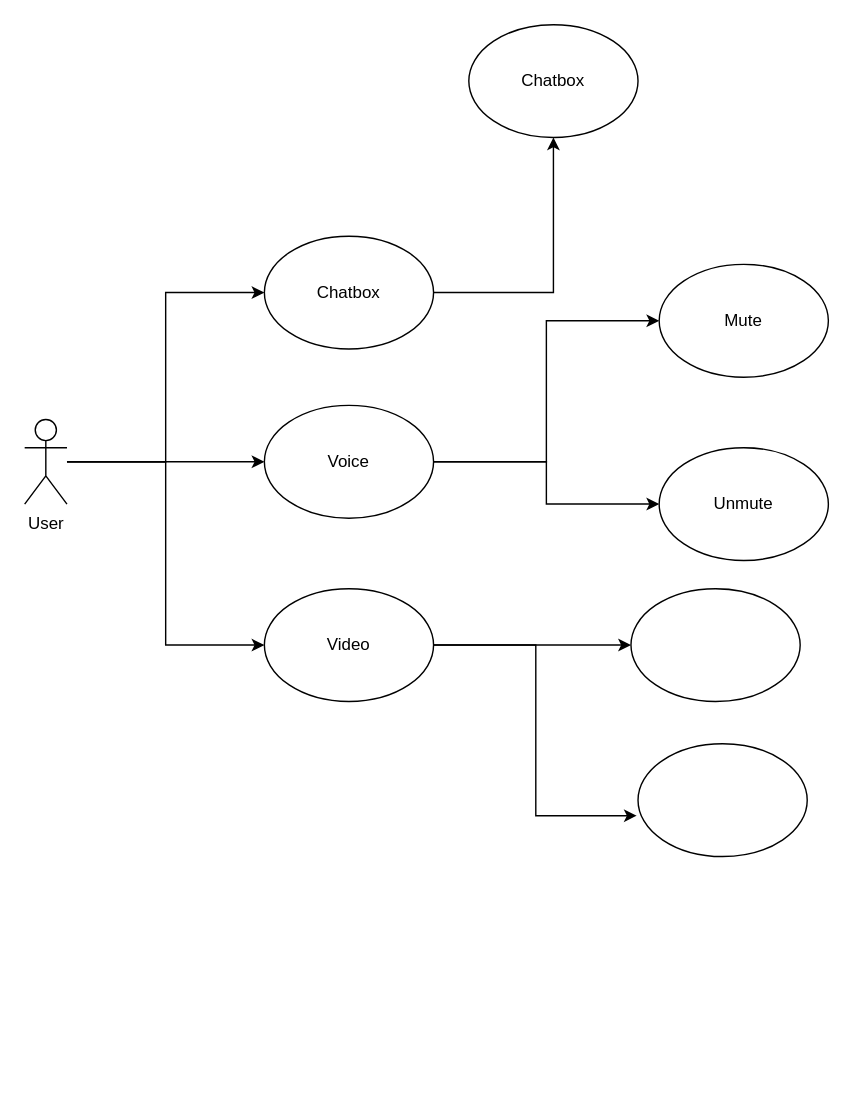
This is Untitled Diagram.drawio from saini3911/flowchat, a draw.io file, before an edit. Source tidied: cells renumbered, new cells numbered last; positions are measured from the earlier drawing's top-left corner, leaving out a move shared by most shapes. Both pictures are drawn from the tidied source at 141%, with x=0, y=0 at pixel (24, 24).
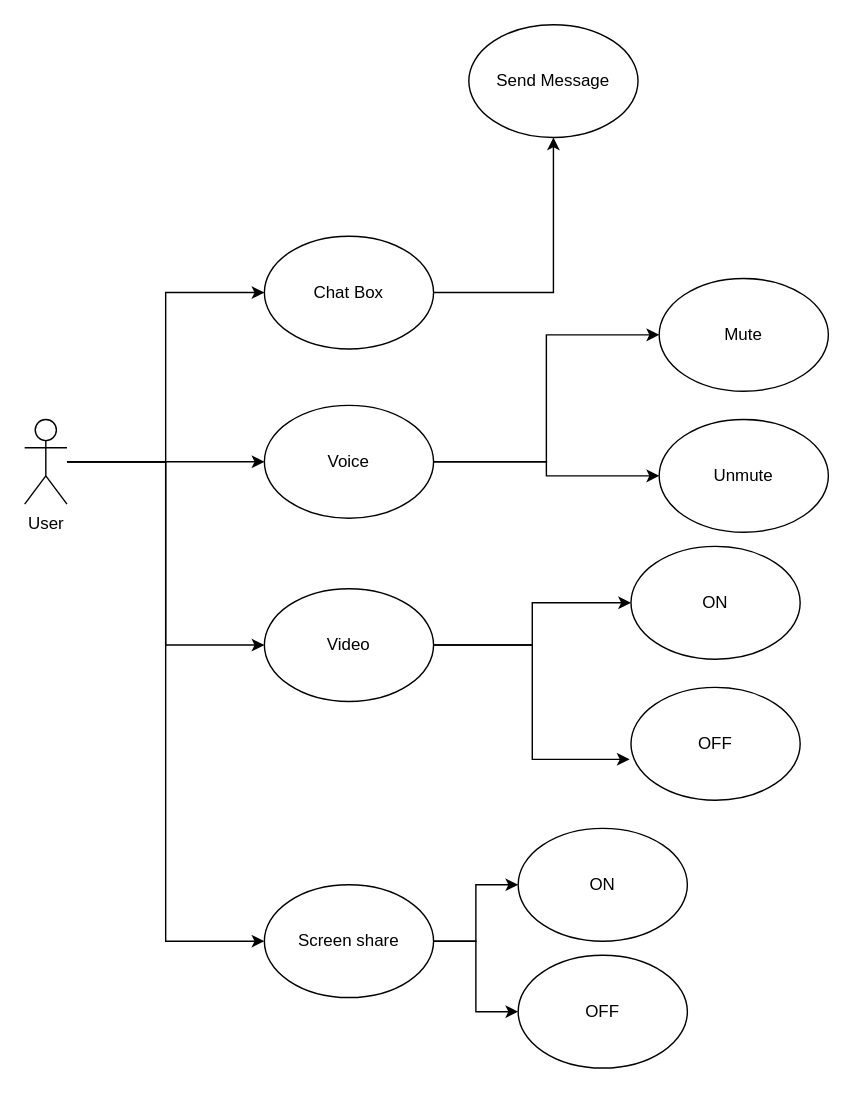
The same diagram, later.

Unchanged cells that the change refers to:
```xml
<mxCell id="5" value="User" style="shape=umlActor;verticalLabelPosition=bottom;verticalAlign=top;html=1;outlineConnect=0;" parent="1" vertex="1">
  <mxGeometry y="280" width="30" height="60" as="geometry" />
</mxCell>
```

Diff of the diagram source:
```diff
@@
+    <mxCell id="19" style="edgeStyle=orthogonalEdgeStyle;rounded=0;jettySize=auto;html=1;entryX=0;entryY=0.5;entryDx=0;entryDy=0;" parent="1" edge="1" source="5" target="22">
+      <mxGeometry relative="1" as="geometry" />
+    </mxCell>
@@
-    <mxCell id="7" value="Chatbox" style="ellipse;whiteSpace=wrap;html=1;" parent="1" vertex="1">
+    <mxCell id="7" value="Chat Box" style="ellipse;whiteSpace=wrap;html=1;" parent="1" vertex="1">
       <mxGeometry x="170" y="150" width="120" height="80" as="geometry" />
     </mxCell>
@@
-    <mxCell id="14" value="Chatbox" style="ellipse;whiteSpace=wrap;html=1;" parent="1" vertex="1">
+    <mxCell id="14" value="Send Message" style="ellipse;whiteSpace=wrap;html=1;" parent="1" vertex="1">
       <mxGeometry x="315" width="120" height="80" as="geometry" />
     </mxCell>
     <mxCell id="15" value="Mute" style="ellipse;whiteSpace=wrap;html=1;" parent="1" vertex="1">
-      <mxGeometry x="450" y="170" width="120" height="80" as="geometry" />
+      <mxGeometry x="450" y="180" width="120" height="80" as="geometry" />
     </mxCell>
     <mxCell id="16" value="Unmute" style="ellipse;whiteSpace=wrap;html=1;" parent="1" vertex="1">
-      <mxGeometry x="450" y="300" width="120" height="80" as="geometry" />
+      <mxGeometry x="450" y="280" width="120" height="80" as="geometry" />
     </mxCell>
-    <mxCell id="17" style="ellipse;whiteSpace=wrap;html=1;" parent="1" vertex="1">
-      <mxGeometry x="430" y="400" width="120" height="80" as="geometry" />
+    <mxCell id="17" value="ON" style="ellipse;whiteSpace=wrap;html=1;" parent="1" vertex="1">
+      <mxGeometry x="430" y="370" width="120" height="80" as="geometry" />
     </mxCell>
-    <mxCell id="18" style="ellipse;whiteSpace=wrap;html=1;" parent="1" vertex="1">
-      <mxGeometry x="435" y="510" width="120" height="80" as="geometry" />
+    <mxCell id="18" value="OFF" style="ellipse;whiteSpace=wrap;html=1;" parent="1" vertex="1">
+      <mxGeometry x="430" y="470" width="120" height="80" as="geometry" />
     </mxCell>
+    <mxCell id="20" style="edgeStyle=orthogonalEdgeStyle;rounded=0;jettySize=auto;html=1;entryX=0;entryY=0.5;entryDx=0;entryDy=0;" parent="1" edge="1" source="22" target="23">
+      <mxGeometry relative="1" as="geometry" />
+    </mxCell>
+    <mxCell id="21" style="edgeStyle=orthogonalEdgeStyle;rounded=0;jettySize=auto;html=1;entryX=0;entryY=0.5;entryDx=0;entryDy=0;" parent="1" edge="1" source="22" target="24">
+      <mxGeometry relative="1" as="geometry" />
+    </mxCell>
+    <mxCell id="22" value="Screen share" style="ellipse;whiteSpace=wrap;html=1;" parent="1" vertex="1">
+      <mxGeometry x="170" y="610" width="120" height="80" as="geometry" />
+    </mxCell>
+    <mxCell id="23" value="ON" style="ellipse;whiteSpace=wrap;html=1;" parent="1" vertex="1">
+      <mxGeometry x="350" y="570" width="120" height="80" as="geometry" />
+    </mxCell>
+    <mxCell id="24" value="OFF" style="ellipse;whiteSpace=wrap;html=1;" parent="1" vertex="1">
+      <mxGeometry x="350" y="660" width="120" height="80" as="geometry" />
+    </mxCell>
```
